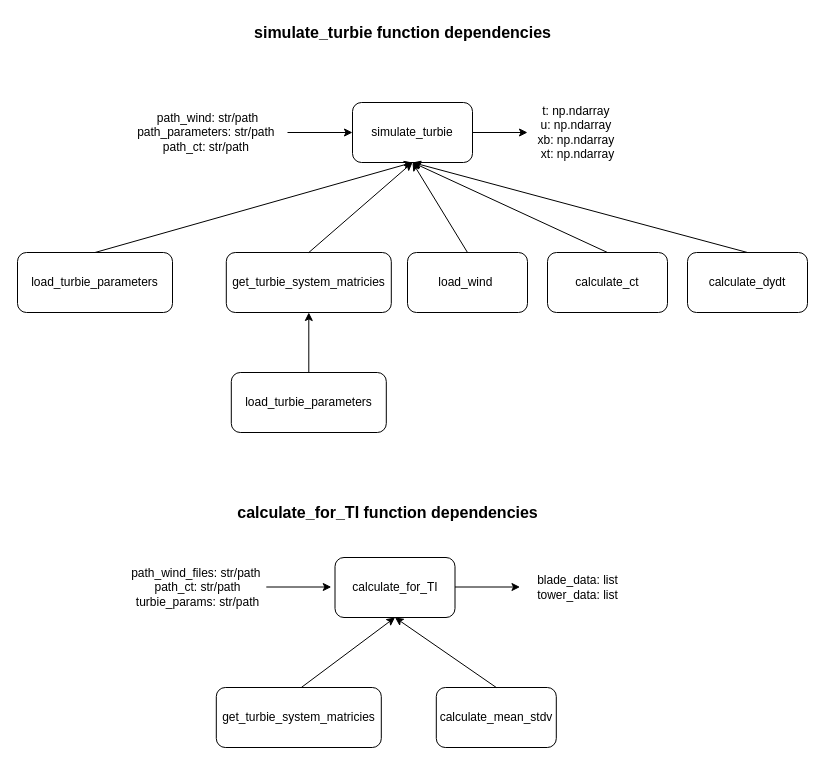
Before: diagram/function_dependencies.drawio in DTUWindEducation/codecamp-bughunters, a draw.io diagram. Source tidied: cells renumbered, new cells numbered last; positions are measured from the earlier drawing's top-left corner, leaving out a move shared by most shapes. Both pictures are drawn from the tidied source at 100%, with x=0, y=0 at pixel (17, 17).
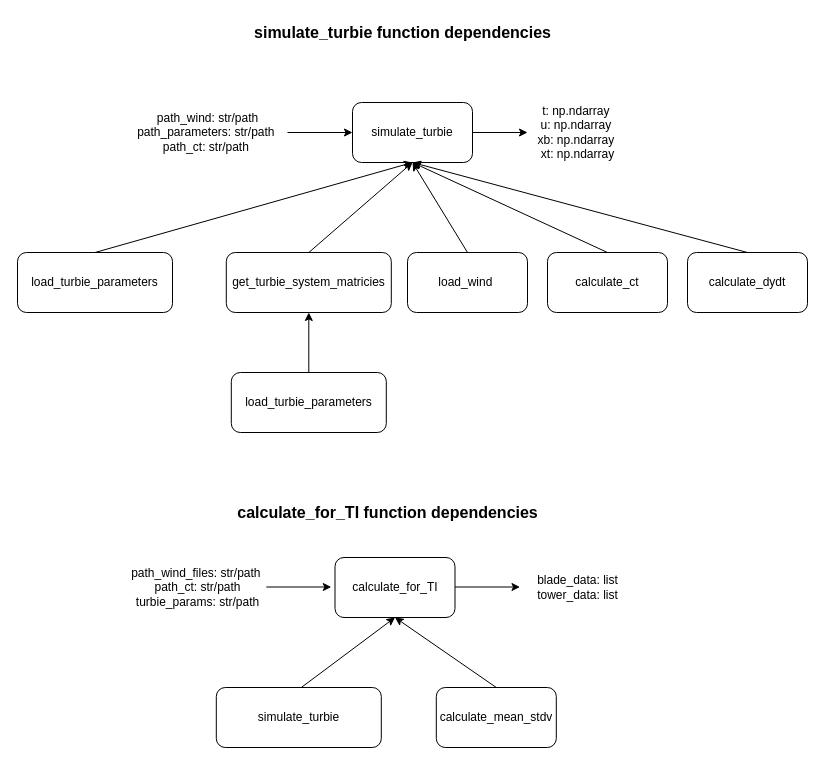
After the change.

Commit message:
Adding edited function_dependencies diagram to be used in README file

What changed in the source:
```diff
@@
-    <mxCell id="24" value="get_turbie_system_matricies" style="rounded=1;whiteSpace=wrap;html=1;" parent="1" vertex="1">
+    <mxCell id="24" value="simulate_turbie" style="rounded=1;whiteSpace=wrap;html=1;" parent="1" vertex="1">
       <mxGeometry x="198.8" y="670" width="165" height="60" as="geometry" />
     </mxCell>
```
